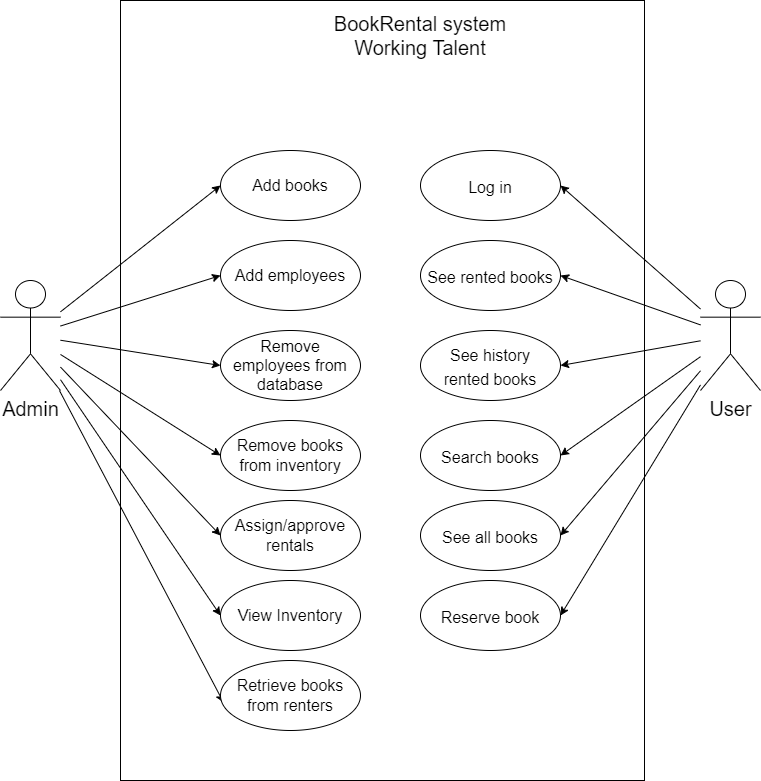
LauretteBuitenhuis/BookRental keeps this draw.io diagram as Use case diagram.drawio.png. Above is the earlier version. Source tidied: cells renumbered, new cells last; positions are measured from the earlier drawing's top-left corner, leaving out a move shared by most shapes. Source of this version:
```xml
<mxGraphModel>
  <root>
    <mxCell id="0" />
    <mxCell id="1" parent="0" />
    <mxCell id="2" style="rounded=0;jettySize=auto;html=1;entryX=0;entryY=0.5;entryDx=0;entryDy=0;fontSize=20;" parent="1" edge="1" source="9" target="12">
      <mxGeometry relative="1" as="geometry" />
    </mxCell>
    <mxCell id="3" style="edgeStyle=none;rounded=0;jettySize=auto;html=1;entryX=0;entryY=0.5;entryDx=0;entryDy=0;fontSize=20;" parent="1" edge="1" source="9" target="13">
      <mxGeometry relative="1" as="geometry" />
    </mxCell>
    <mxCell id="4" style="edgeStyle=none;rounded=0;jettySize=auto;html=1;entryX=0;entryY=0.5;entryDx=0;entryDy=0;fontSize=20;" parent="1" edge="1" source="9" target="14">
      <mxGeometry relative="1" as="geometry" />
    </mxCell>
    <mxCell id="5" style="edgeStyle=none;rounded=0;jettySize=auto;html=1;entryX=0;entryY=0.5;entryDx=0;entryDy=0;fontSize=20;" parent="1" edge="1" source="9" target="18">
      <mxGeometry relative="1" as="geometry" />
    </mxCell>
    <mxCell id="6" style="edgeStyle=none;rounded=0;jettySize=auto;html=1;entryX=0;entryY=0.5;entryDx=0;entryDy=0;fontSize=20;" parent="1" edge="1" source="9" target="15">
      <mxGeometry relative="1" as="geometry" />
    </mxCell>
    <mxCell id="7" style="edgeStyle=none;rounded=0;jettySize=auto;html=1;entryX=0;entryY=0.5;entryDx=0;entryDy=0;fontSize=20;" parent="1" edge="1" source="9" target="16">
      <mxGeometry relative="1" as="geometry" />
    </mxCell>
    <mxCell id="8" style="edgeStyle=none;rounded=0;jettySize=auto;html=1;entryX=0.022;entryY=0.601;entryDx=0;entryDy=0;entryPerimeter=0;fontSize=20;" parent="1" edge="1" source="9" target="17">
      <mxGeometry relative="1" as="geometry" />
    </mxCell>
    <mxCell id="9" value="&lt;font style=&quot;font-size: 20px;&quot;&gt;Admin&lt;/font&gt;" style="shape=umlActor;verticalLabelPosition=bottom;verticalAlign=top;html=1;" parent="1" vertex="1">
      <mxGeometry y="280" width="60" height="110" as="geometry" />
    </mxCell>
    <mxCell id="10" style="rounded=0;whiteSpace=wrap;html=1;fillStyle=auto;gradientColor=default;fillColor=none;" parent="1" vertex="1">
      <mxGeometry x="120" width="524" height="780" as="geometry" />
    </mxCell>
    <mxCell id="11" value="&lt;font style=&quot;font-size: 20px;&quot;&gt;BookRental system Working Talent&lt;/font&gt;" style="text;html=1;strokeColor=none;fillColor=none;align=center;verticalAlign=middle;whiteSpace=wrap;rounded=0;" parent="1" vertex="1">
      <mxGeometry x="330" y="20" width="180" height="30" as="geometry" />
    </mxCell>
    <mxCell id="12" value="Add books" style="ellipse;whiteSpace=wrap;html=1;fontSize=16;" parent="1" vertex="1">
      <mxGeometry x="220" y="150" width="140" height="70" as="geometry" />
    </mxCell>
    <mxCell id="13" value="Add employees" style="ellipse;whiteSpace=wrap;html=1;fontSize=16;" parent="1" vertex="1">
      <mxGeometry x="220" y="240" width="140" height="70" as="geometry" />
    </mxCell>
    <mxCell id="14" value="Remove employees from database" style="ellipse;whiteSpace=wrap;html=1;fontSize=16;" parent="1" vertex="1">
      <mxGeometry x="220" y="330" width="140" height="70" as="geometry" />
    </mxCell>
    <mxCell id="15" value="Assign/approve rentals" style="ellipse;whiteSpace=wrap;html=1;fontSize=16;" parent="1" vertex="1">
      <mxGeometry x="220" y="500" width="140" height="70" as="geometry" />
    </mxCell>
    <mxCell id="16" value="View Inventory" style="ellipse;whiteSpace=wrap;html=1;fontSize=16;" parent="1" vertex="1">
      <mxGeometry x="220" y="580" width="140" height="70" as="geometry" />
    </mxCell>
    <mxCell id="17" value="Retrieve books from renters" style="ellipse;whiteSpace=wrap;html=1;fontSize=16;" parent="1" vertex="1">
      <mxGeometry x="220" y="660" width="140" height="70" as="geometry" />
    </mxCell>
    <mxCell id="18" value="Remove books from inventory" style="ellipse;whiteSpace=wrap;html=1;fontSize=16;" parent="1" vertex="1">
      <mxGeometry x="220" y="420" width="140" height="70" as="geometry" />
    </mxCell>
    <mxCell id="19" style="edgeStyle=none;rounded=0;jettySize=auto;html=1;entryX=1;entryY=0.5;entryDx=0;entryDy=0;fontSize=16;" parent="1" edge="1" source="25" target="26">
      <mxGeometry relative="1" as="geometry" />
    </mxCell>
    <mxCell id="20" style="edgeStyle=none;rounded=0;jettySize=auto;html=1;entryX=1;entryY=0.5;entryDx=0;entryDy=0;fontSize=16;" parent="1" edge="1" source="25" target="28">
      <mxGeometry relative="1" as="geometry" />
    </mxCell>
    <mxCell id="21" style="edgeStyle=none;rounded=0;jettySize=auto;html=1;entryX=1;entryY=0.5;entryDx=0;entryDy=0;fontSize=16;" parent="1" edge="1" source="25" target="29">
      <mxGeometry relative="1" as="geometry" />
    </mxCell>
    <mxCell id="22" style="edgeStyle=none;rounded=0;jettySize=auto;html=1;entryX=1;entryY=0.5;entryDx=0;entryDy=0;fontSize=16;" parent="1" edge="1" source="25" target="27">
      <mxGeometry relative="1" as="geometry" />
    </mxCell>
    <mxCell id="23" style="edgeStyle=none;rounded=0;jettySize=auto;html=1;entryX=1;entryY=0.5;entryDx=0;entryDy=0;fontSize=16;" parent="1" edge="1" source="25" target="30">
      <mxGeometry relative="1" as="geometry" />
    </mxCell>
    <mxCell id="24" style="edgeStyle=none;rounded=0;jettySize=auto;html=1;entryX=1;entryY=0.5;entryDx=0;entryDy=0;fontSize=16;" parent="1" edge="1" source="25" target="31">
      <mxGeometry relative="1" as="geometry" />
    </mxCell>
    <mxCell id="25" value="&lt;font style=&quot;font-size: 20px;&quot;&gt;User&lt;/font&gt;" style="shape=umlActor;verticalLabelPosition=bottom;verticalAlign=top;html=1;" parent="1" vertex="1">
      <mxGeometry x="700" y="280" width="60" height="110" as="geometry" />
    </mxCell>
    <mxCell id="26" value="&lt;font style=&quot;font-size: 16px;&quot;&gt;Log in&lt;/font&gt;" style="ellipse;whiteSpace=wrap;html=1;fontSize=20;" parent="1" vertex="1">
      <mxGeometry x="420" y="150" width="140" height="70" as="geometry" />
    </mxCell>
    <mxCell id="27" value="&lt;font style=&quot;font-size: 16px;&quot;&gt;Search books&lt;/font&gt;" style="ellipse;whiteSpace=wrap;html=1;fontSize=20;" parent="1" vertex="1">
      <mxGeometry x="420" y="420" width="140" height="70" as="geometry" />
    </mxCell>
    <mxCell id="28" value="&lt;font style=&quot;font-size: 16px;&quot;&gt;See rented books&lt;/font&gt;" style="ellipse;whiteSpace=wrap;html=1;fontSize=20;" parent="1" vertex="1">
      <mxGeometry x="420" y="240" width="140" height="70" as="geometry" />
    </mxCell>
    <mxCell id="29" value="&lt;font style=&quot;font-size: 16px;&quot;&gt;&lt;font style=&quot;font-size: 16px;&quot;&gt;See&lt;/font&gt;&lt;font style=&quot;font-size: 16px;&quot;&gt; &lt;/font&gt;&lt;font style=&quot;font-size: 16px;&quot;&gt;history &lt;br&gt;rented books&lt;/font&gt;&lt;/font&gt;" style="ellipse;whiteSpace=wrap;html=1;fontSize=20;" parent="1" vertex="1">
      <mxGeometry x="420" y="330" width="140" height="70" as="geometry" />
    </mxCell>
    <mxCell id="30" value="&lt;font style=&quot;font-size: 16px;&quot;&gt;See all books&lt;/font&gt;" style="ellipse;whiteSpace=wrap;html=1;fontSize=20;" parent="1" vertex="1">
      <mxGeometry x="420" y="500" width="140" height="70" as="geometry" />
    </mxCell>
    <mxCell id="31" value="&lt;font style=&quot;font-size: 16px;&quot;&gt;Reserve book&lt;/font&gt;" style="ellipse;whiteSpace=wrap;html=1;fontSize=20;" parent="1" vertex="1">
      <mxGeometry x="420" y="580" width="140" height="70" as="geometry" />
    </mxCell>
  </root>
</mxGraphModel>
```
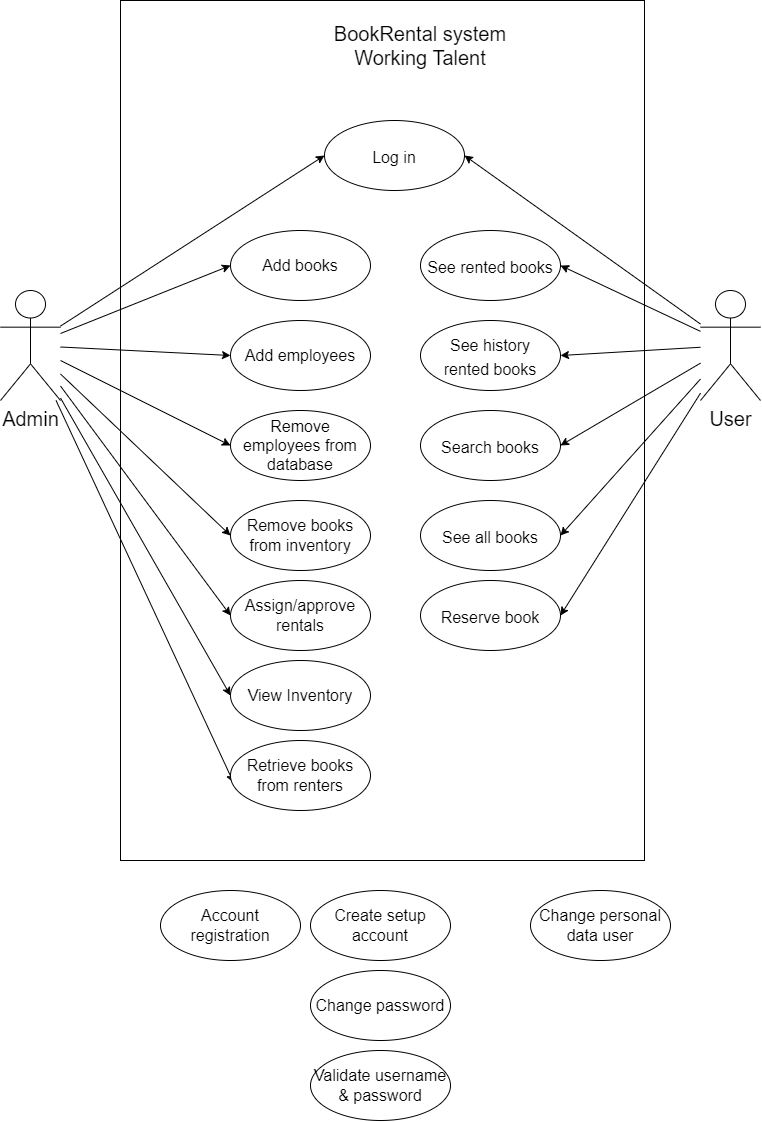
The same diagram one commit later.

What changed in the source:
```diff
@@ -23,35 +23,38 @@
     <mxCell id="8" style="edgeStyle=none;rounded=0;jettySize=auto;html=1;entryX=0.022;entryY=0.601;entryDx=0;entryDy=0;entryPerimeter=0;fontSize=20;" parent="1" edge="1" source="9" target="17">
       <mxGeometry relative="1" as="geometry" />
     </mxCell>
+    <mxCell id="32" style="edgeStyle=none;rounded=0;jettySize=auto;html=1;entryX=0;entryY=0.5;entryDx=0;entryDy=0;fontSize=16;" parent="1" edge="1" source="9" target="26">
+      <mxGeometry relative="1" as="geometry" />
+    </mxCell>
     <mxCell id="9" value="&lt;font style=&quot;font-size: 20px;&quot;&gt;Admin&lt;/font&gt;" style="shape=umlActor;verticalLabelPosition=bottom;verticalAlign=top;html=1;" parent="1" vertex="1">
       <mxGeometry y="280" width="60" height="110" as="geometry" />
     </mxCell>
     <mxCell id="10" style="rounded=0;whiteSpace=wrap;html=1;fillStyle=auto;gradientColor=default;fillColor=none;" parent="1" vertex="1">
-      <mxGeometry x="120" width="524" height="780" as="geometry" />
+      <mxGeometry x="120" y="-10" width="524" height="860" as="geometry" />
     </mxCell>
     <mxCell id="11" value="&lt;font style=&quot;font-size: 20px;&quot;&gt;BookRental system Working Talent&lt;/font&gt;" style="text;html=1;strokeColor=none;fillColor=none;align=center;verticalAlign=middle;whiteSpace=wrap;rounded=0;" parent="1" vertex="1">
       <mxGeometry x="330" y="20" width="180" height="30" as="geometry" />
     </mxCell>
     <mxCell id="12" value="Add books" style="ellipse;whiteSpace=wrap;html=1;fontSize=16;" parent="1" vertex="1">
-      <mxGeometry x="220" y="150" width="140" height="70" as="geometry" />
+      <mxGeometry x="230" y="220" width="140" height="70" as="geometry" />
     </mxCell>
     <mxCell id="13" value="Add employees" style="ellipse;whiteSpace=wrap;html=1;fontSize=16;" parent="1" vertex="1">
-      <mxGeometry x="220" y="240" width="140" height="70" as="geometry" />
+      <mxGeometry x="230" y="310" width="140" height="70" as="geometry" />
     </mxCell>
     <mxCell id="14" value="Remove employees from database" style="ellipse;whiteSpace=wrap;html=1;fontSize=16;" parent="1" vertex="1">
-      <mxGeometry x="220" y="330" width="140" height="70" as="geometry" />
+      <mxGeometry x="230" y="400" width="140" height="70" as="geometry" />
     </mxCell>
     <mxCell id="15" value="Assign/approve rentals" style="ellipse;whiteSpace=wrap;html=1;fontSize=16;" parent="1" vertex="1">
-      <mxGeometry x="220" y="500" width="140" height="70" as="geometry" />
+      <mxGeometry x="230" y="570" width="140" height="70" as="geometry" />
     </mxCell>
     <mxCell id="16" value="View Inventory" style="ellipse;whiteSpace=wrap;html=1;fontSize=16;" parent="1" vertex="1">
-      <mxGeometry x="220" y="580" width="140" height="70" as="geometry" />
+      <mxGeometry x="230" y="650" width="140" height="70" as="geometry" />
     </mxCell>
     <mxCell id="17" value="Retrieve books from renters" style="ellipse;whiteSpace=wrap;html=1;fontSize=16;" parent="1" vertex="1">
-      <mxGeometry x="220" y="660" width="140" height="70" as="geometry" />
+      <mxGeometry x="230" y="730" width="140" height="70" as="geometry" />
     </mxCell>
     <mxCell id="18" value="Remove books from inventory" style="ellipse;whiteSpace=wrap;html=1;fontSize=16;" parent="1" vertex="1">
-      <mxGeometry x="220" y="420" width="140" height="70" as="geometry" />
+      <mxGeometry x="230" y="490" width="140" height="70" as="geometry" />
     </mxCell>
     <mxCell id="19" style="edgeStyle=none;rounded=0;jettySize=auto;html=1;entryX=1;entryY=0.5;entryDx=0;entryDy=0;fontSize=16;" parent="1" edge="1" source="25" target="26">
       <mxGeometry relative="1" as="geometry" />
@@ -75,22 +78,37 @@
       <mxGeometry x="700" y="280" width="60" height="110" as="geometry" />
     </mxCell>
     <mxCell id="26" value="&lt;font style=&quot;font-size: 16px;&quot;&gt;Log in&lt;/font&gt;" style="ellipse;whiteSpace=wrap;html=1;fontSize=20;" parent="1" vertex="1">
-      <mxGeometry x="420" y="150" width="140" height="70" as="geometry" />
+      <mxGeometry x="324" y="110" width="140" height="70" as="geometry" />
     </mxCell>
     <mxCell id="27" value="&lt;font style=&quot;font-size: 16px;&quot;&gt;Search books&lt;/font&gt;" style="ellipse;whiteSpace=wrap;html=1;fontSize=20;" parent="1" vertex="1">
-      <mxGeometry x="420" y="420" width="140" height="70" as="geometry" />
+      <mxGeometry x="420" y="400" width="140" height="70" as="geometry" />
     </mxCell>
     <mxCell id="28" value="&lt;font style=&quot;font-size: 16px;&quot;&gt;See rented books&lt;/font&gt;" style="ellipse;whiteSpace=wrap;html=1;fontSize=20;" parent="1" vertex="1">
-      <mxGeometry x="420" y="240" width="140" height="70" as="geometry" />
+      <mxGeometry x="420" y="220" width="140" height="70" as="geometry" />
     </mxCell>
     <mxCell id="29" value="&lt;font style=&quot;font-size: 16px;&quot;&gt;&lt;font style=&quot;font-size: 16px;&quot;&gt;See&lt;/font&gt;&lt;font style=&quot;font-size: 16px;&quot;&gt; &lt;/font&gt;&lt;font style=&quot;font-size: 16px;&quot;&gt;history &lt;br&gt;rented books&lt;/font&gt;&lt;/font&gt;" style="ellipse;whiteSpace=wrap;html=1;fontSize=20;" parent="1" vertex="1">
-      <mxGeometry x="420" y="330" width="140" height="70" as="geometry" />
+      <mxGeometry x="420" y="310" width="140" height="70" as="geometry" />
     </mxCell>
     <mxCell id="30" value="&lt;font style=&quot;font-size: 16px;&quot;&gt;See all books&lt;/font&gt;" style="ellipse;whiteSpace=wrap;html=1;fontSize=20;" parent="1" vertex="1">
-      <mxGeometry x="420" y="500" width="140" height="70" as="geometry" />
+      <mxGeometry x="420" y="490" width="140" height="70" as="geometry" />
     </mxCell>
     <mxCell id="31" value="&lt;font style=&quot;font-size: 16px;&quot;&gt;Reserve book&lt;/font&gt;" style="ellipse;whiteSpace=wrap;html=1;fontSize=20;" parent="1" vertex="1">
-      <mxGeometry x="420" y="580" width="140" height="70" as="geometry" />
+      <mxGeometry x="420" y="570" width="140" height="70" as="geometry" />
     </mxCell>
+    <mxCell id="33" value="Change personal data user" style="ellipse;whiteSpace=wrap;html=1;fillStyle=auto;fontSize=16;fillColor=none;gradientColor=default;" parent="1" vertex="1">
+      <mxGeometry x="530" y="880" width="140" height="70" as="geometry" />
+    </mxCell>
+    <mxCell id="34" value="Create setup account" style="ellipse;whiteSpace=wrap;html=1;fillStyle=auto;fontSize=16;fillColor=none;gradientColor=default;" parent="1" vertex="1">
+      <mxGeometry x="310" y="880" width="140" height="70" as="geometry" />
+    </mxCell>
+    <mxCell id="35" value="Change password" style="ellipse;whiteSpace=wrap;html=1;fillStyle=auto;fontSize=16;fillColor=none;gradientColor=default;" parent="1" vertex="1">
+      <mxGeometry x="310" y="960" width="140" height="70" as="geometry" />
+    </mxCell>
+    <mxCell id="36" value="Validate username &amp;amp; password" style="ellipse;whiteSpace=wrap;html=1;fillStyle=auto;fontSize=16;fillColor=none;gradientColor=default;" parent="1" vertex="1">
+      <mxGeometry x="310" y="1040" width="140" height="70" as="geometry" />
+    </mxCell>
+    <mxCell id="37" value="Account registration" style="ellipse;whiteSpace=wrap;html=1;fillStyle=auto;fontSize=16;fillColor=none;gradientColor=default;" parent="1" vertex="1">
+      <mxGeometry x="160" y="880" width="140" height="70" as="geometry" />
+    </mxCell>
   </root>
 </mxGraphModel>
```
